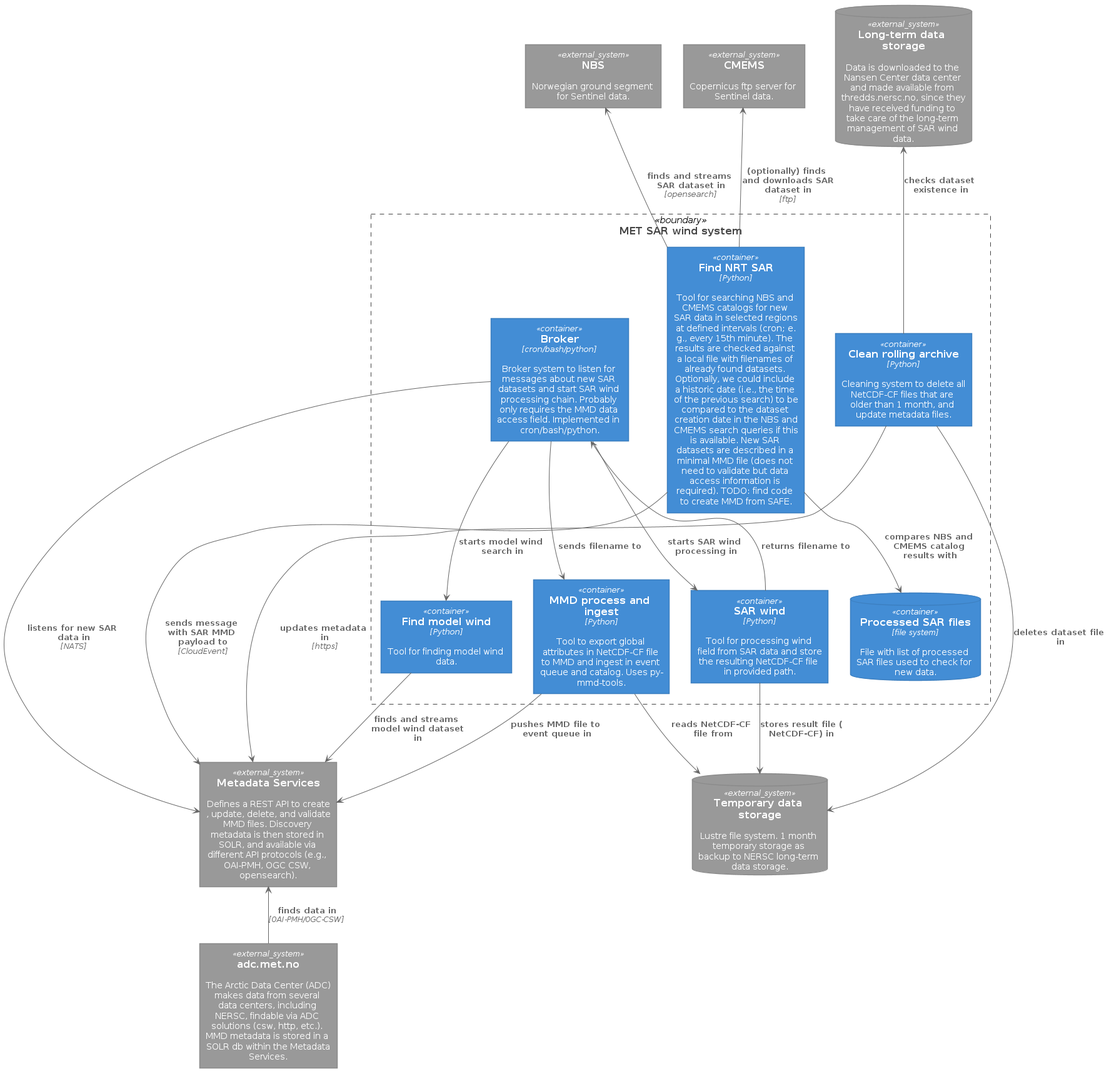
Before: puml/container-diagram.png, a diagram exported from PlantUML (metno/py-sar-wind). The source it was exported from:
```plantuml
@startuml "container-diagram"






skinparam defaultTextAlignment center

skinparam wrapWidth 200
skinparam maxMessageSize 150

skinparam rectangle {
    StereotypeFontSize 12
    shadowing false
}

skinparam database {
    StereotypeFontSize 12
    shadowing false
}

skinparam Arrow {
    Color #666666
    FontColor #666666
    FontSize 12
}

skinparam rectangle<<boundary>> {
    Shadowing false
    StereotypeFontSize 0
    FontColor #444444
    BorderColor #444444
    BorderStyle dashed
}






















skinparam rectangle<<person>> {
    StereotypeFontColor #FFFFFF
    FontColor #FFFFFF
    BackgroundColor #08427B
    BorderColor #073B6F
}

skinparam rectangle<<external_person>> {
    StereotypeFontColor #FFFFFF
    FontColor #FFFFFF
    BackgroundColor #686868
    BorderColor #8A8A8A
}

skinparam rectangle<<system>> {
    StereotypeFontColor #FFFFFF
    FontColor #FFFFFF
    BackgroundColor #1168BD
    BorderColor #3C7FC0
}

skinparam rectangle<<external_system>> {
    StereotypeFontColor #FFFFFF
    FontColor #FFFFFF
    BackgroundColor #999999
    BorderColor #8A8A8A
}

skinparam database<<system>> {
    StereotypeFontColor #FFFFFF
    FontColor #FFFFFF
    BackgroundColor #1168BD
    BorderColor #3C7FC0
}

skinparam database<<external_system>> {
    StereotypeFontColor #FFFFFF
    FontColor #FFFFFF
    BackgroundColor #999999
    BorderColor #8A8A8A
}
















skinparam rectangle<<container>> {
    StereotypeFontColor #FFFFFF
    FontColor #FFFFFF
    BackgroundColor #438DD5
    BorderColor #3C7FC0
}

skinparam database<<container>> {
    StereotypeFontColor #FFFFFF
    FontColor #FFFFFF
    BackgroundColor #438DD5
    BorderColor #3C7FC0
}









rectangle "==adc.met.no\n\n The Arctic Data Center (ADC) makes data from several data centers, including NERSC, findable via ADC solutions (csw, http, etc.). MMD metadata is stored in a SOLR db within the Metadata Services." <<external_system>> as adc

rectangle "==NBS\n\n Norwegian ground segment for Sentinel data." <<external_system>> as nbs
rectangle "==CMEMS\n\n Copernicus ftp server for Sentinel data." <<external_system>> as cmems
rectangle "==Metadata Services\n\n Defines a REST API to create, update, delete, and validate MMD files. Discovery metadata is then stored in SOLR, and available via different API protocols (e.g., OAI-PMH, OGC CSW, opensearch)." <<external_system>> as met
database "==Long-term data storage\n\n Data is downloaded to the Nansen Center data center and made available from thredds.nersc.no, since they have received funding to take care of the long-term management of SAR wind data." <<external_system>> as nersc
database "==Temporary data storage\n\n Lustre file system. 1 month temporary storage as backup to NERSC long-term data storage." <<external_system>> as met_storage

rectangle "==MET SAR wind system" <<boundary>> as sarwindboundary{
  rectangle "==Clean rolling archive\n//<size:12>[Python]</size>//\n\n Cleaning system to delete all NetCDF-CF files that are older than 1 month, and update metadata files." <<container>> as cleanup
  rectangle "==Broker\n//<size:12>[cron/bash/python]</size>//\n\n Broker system to listen for messages about new SAR datasets and start SAR wind processing chain. Probably only requires the MMD data access field. Implemented in cron/bash/python." <<container>> as broker

  rectangle "==Find NRT SAR\n//<size:12>[Python]</size>//\n\n Tool for searching NBS and CMEMS catalogs for new SAR data in selected regions at defined intervals (cron; e.g., every 15th minute). The results are checked against a local file with filenames of already found datasets. Optionally, we could include a historic date (i.e., the time of the previous search) to be compared to the dataset creation date in the NBS and CMEMS search queries if this is available. New SAR datasets are described in a minimal MMD file (does not need to validate but data access information is required). TODO: find code to create MMD from SAFE." <<container>> as findsar

  database "==Processed SAR files\n//<size:12>[file system]</size>//\n\n File with list of processed SAR files used to check for new data." <<container>> as processed_sar

  rectangle "==Find model wind\n//<size:12>[Python]</size>//\n\n Tool for finding model wind data." <<container>> as findmodel
  rectangle "==SAR wind\n//<size:12>[Python]</size>//\n\n Tool for processing wind field from SAR data and store the resulting NetCDF-CF file in provided path." <<container>> as sarwind
  rectangle "==MMD process and ingest\n//<size:12>[Python]</size>//\n\n Tool to export global attributes in NetCDF-CF file to MMD and ingest in event queue and catalog. Uses py-mmd-tools." <<container>> as nc2mmd
}

broker --> met : "===listens for new SAR data in\n//<size:12>[NATS]</size>//"

broker --> findmodel : "===starts model wind search in"
broker --> sarwind : "===starts SAR wind processing in"
broker --> nc2mmd : "===sends filename to"

sarwind --> broker : "===returns filename to"

sarwind --> met_storage : "===stores result file (NetCDF-CF) in"

nc2mmd --> met_storage : "===reads NetCDF-CF file from"
nc2mmd --> met : "===pushes MMD file to event queue in"

findsar -UP-> nbs : "===finds and streams SAR dataset in\n//<size:12>[opensearch]</size>//"
findsar -UP-> cmems : "===(optionally) finds and downloads SAR dataset in\n//<size:12>[ftp]</size>//"
findsar --> met : "===sends message with SAR MMD payload to\n//<size:12>[CloudEvent]</size>//"

findsar --> processed_sar : "===compares NBS and CMEMS catalog results with"

findmodel --> met : "===finds and streams model wind dataset in"

cleanup -UP-> nersc : "===checks dataset existence in"
cleanup --> met_storage : "===deletes dataset file in"
cleanup --> met : "===updates metadata in\n//<size:12>[https]</size>//"

adc -UP-> met : "===finds data in\n//<size:12>[OAI-PMH/OGC-CSW]</size>//"


@enduml
```
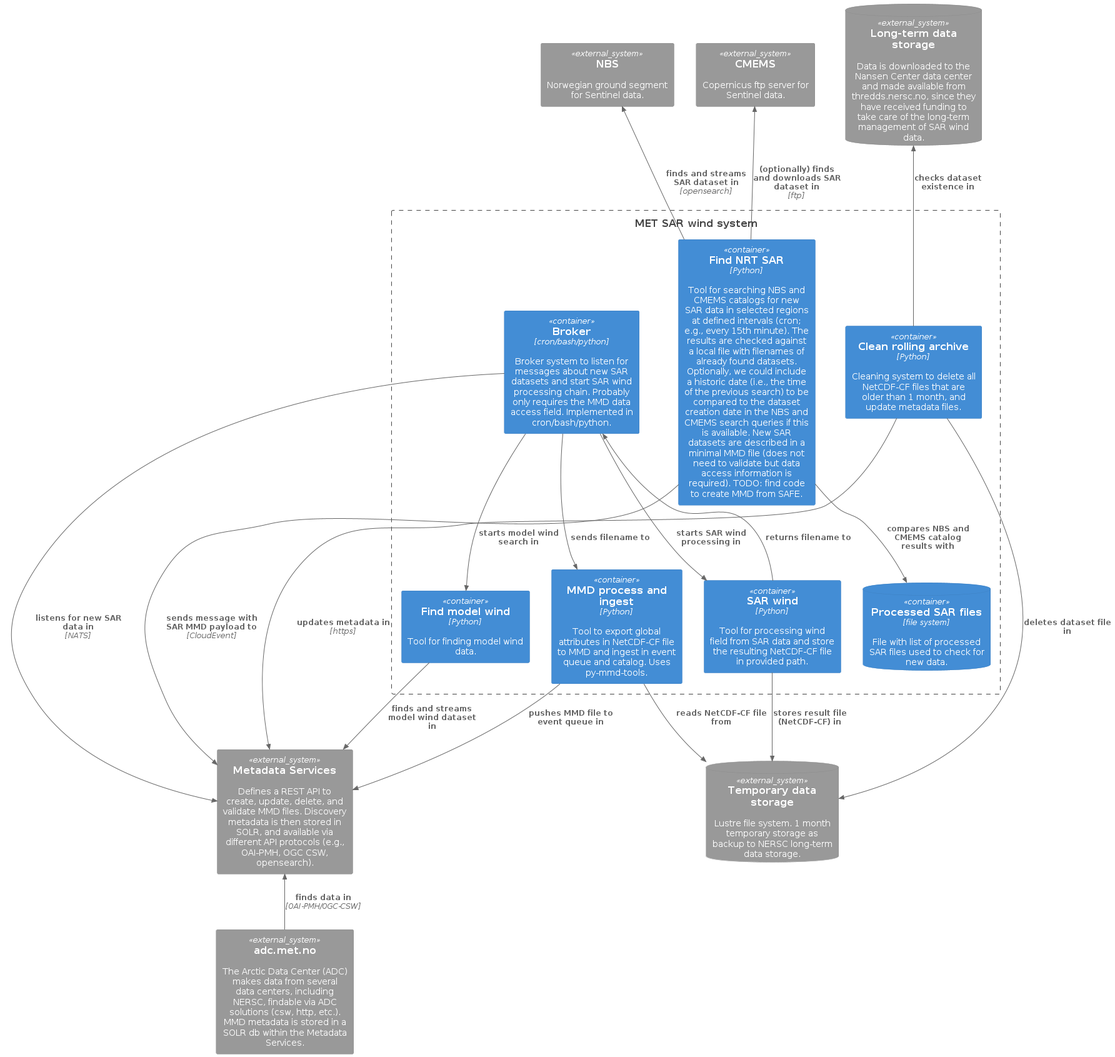
After the change.

The edit, as a diff of the source:
```diff
@@ -1,186 +1,55 @@
 @startuml "container-diagram"
 
+!include <C4/C4_Container>
 
 
+System_Ext(adc, "adc.met.no", "The Arctic Data Center (ADC) makes data from several data centers, including NERSC, findable via ADC solutions (csw, http, etc.). MMD metadata is stored in a SOLR db within the Metadata Services.")
 
+System_Ext(nbs, "NBS", "Norwegian ground segment for Sentinel data.")
+System_Ext(cmems, "CMEMS", "Copernicus ftp server for Sentinel data.")
+System_Ext(met, "Metadata Services", "Defines a REST API to create, update, delete, and validate MMD files. Discovery metadata is then stored in SOLR, and available via different API protocols (e.g., OAI-PMH, OGC CSW, opensearch).")
+SystemDb_Ext(nersc, "Long-term data storage", "Data is downloaded to the Nansen Center data center and made available from thredds.nersc.no, since they have received funding to take care of the long-term management of SAR wind data.")
+SystemDb_Ext(met_storage, "Temporary data storage", "Lustre file system. 1 month temporary storage as backup to NERSC long-term data storage.")
 
+Boundary(sarwindboundary, "MET SAR wind system"){
+  Container(cleanup, "Clean rolling archive", "Python", "Cleaning system to delete all NetCDF-CF files that are older than 1 month, and update metadata files.")
+  Container(broker, "Broker", "cron/bash/python", "Broker system to listen for messages about new SAR datasets and start SAR wind processing chain. Probably only requires the MMD data access field. Implemented in cron/bash/python.")
 
-skinparam defaultTextAlignment center
+  Container(findsar, "Find NRT SAR", "Python", "Tool for searching NBS and CMEMS catalogs for new SAR data in selected regions at defined intervals (cron; e.g., every 15th minute). The results are checked against a local file with filenames of already found datasets. Optionally, we could include a historic date (i.e., the time of the previous search) to be compared to the dataset creation date in the NBS and CMEMS search queries if this is available. New SAR datasets are described in a minimal MMD file (does not need to validate but data access information is required). TODO: find code to create MMD from SAFE.")
 
-skinparam wrapWidth 200
-skinparam maxMessageSize 150
+  ContainerDb(processed_sar, "Processed SAR files", "file system", "File with list of processed SAR files used to check for new data.")
 
-skinparam rectangle {
-    StereotypeFontSize 12
-    shadowing false
+  Container(findmodel, "Find model wind", "Python", "Tool for finding model wind data.")
+  Container(sarwind, "SAR wind", "Python", "Tool for processing wind field from SAR data and store the resulting NetCDF-CF file in provided path.")
+  Container(nc2mmd, "MMD process and ingest", "Python", "Tool to export global attributes in NetCDF-CF file to MMD and ingest in event queue and catalog. Uses py-mmd-tools.")
 }
 
-skinparam database {
-    StereotypeFontSize 12
-    shadowing false
-}
+Rel(broker, met, "listens for new SAR data in", "NATS")
 
-skinparam Arrow {
-    Color #666666
-    FontColor #666666
-    FontSize 12
-}
+Rel(broker, findmodel, "starts model wind search in")
+Rel(broker, sarwind, "starts SAR wind processing in")
+Rel(broker, nc2mmd, "sends filename to")
 
-skinparam rectangle<<boundary>> {
-    Shadowing false
-    StereotypeFontSize 0
-    FontColor #444444
-    BorderColor #444444
-    BorderStyle dashed
-}
+Rel(sarwind, broker, "returns filename to")
 
+Rel(sarwind, met_storage, "stores result file (NetCDF-CF) in")
 
+Rel(nc2mmd, met_storage, "reads NetCDF-CF file from")
+Rel(nc2mmd, met, "pushes MMD file to event queue in")
 
+Rel_U(findsar, nbs, "finds and streams SAR dataset in", "opensearch")
+Rel_U(findsar, cmems, "(optionally) finds and downloads SAR dataset in", "ftp")
+Rel(findsar, met, "sends message with SAR MMD payload to", "CloudEvent")
 
+Rel(findsar, processed_sar, "compares NBS and CMEMS catalog results with")
 
+Rel(findmodel, met, "finds and streams model wind dataset in")
 
+Rel_U(cleanup, nersc, "checks dataset existence in")
+Rel(cleanup, met_storage, "deletes dataset file in")
+Rel(cleanup, met, "updates metadata in", "https")
 
-
-
-
-
-
-
-
-
-
-
-
-
-
-
-
-skinparam rectangle<<person>> {
-    StereotypeFontColor #FFFFFF
-    FontColor #FFFFFF
-    BackgroundColor #08427B
-    BorderColor #073B6F
-}
-
-skinparam rectangle<<external_person>> {
-    StereotypeFontColor #FFFFFF
-    FontColor #FFFFFF
-    BackgroundColor #686868
-    BorderColor #8A8A8A
-}
-
-skinparam rectangle<<system>> {
-    StereotypeFontColor #FFFFFF
-    FontColor #FFFFFF
-    BackgroundColor #1168BD
-    BorderColor #3C7FC0
-}
-
-skinparam rectangle<<external_system>> {
-    StereotypeFontColor #FFFFFF
-    FontColor #FFFFFF
-    BackgroundColor #999999
-    BorderColor #8A8A8A
-}
-
-skinparam database<<system>> {
-    StereotypeFontColor #FFFFFF
-    FontColor #FFFFFF
-    BackgroundColor #1168BD
-    BorderColor #3C7FC0
-}
-
-skinparam database<<external_system>> {
-    StereotypeFontColor #FFFFFF
-    FontColor #FFFFFF
-    BackgroundColor #999999
-    BorderColor #8A8A8A
-}
-
-
-
-
-
-
-
-
-
-
-
-
-
-
-
-
-skinparam rectangle<<container>> {
-    StereotypeFontColor #FFFFFF
-    FontColor #FFFFFF
-    BackgroundColor #438DD5
-    BorderColor #3C7FC0
-}
-
-skinparam database<<container>> {
-    StereotypeFontColor #FFFFFF
-    FontColor #FFFFFF
-    BackgroundColor #438DD5
-    BorderColor #3C7FC0
-}
-
-
-
-
-
-
-
-
-
-rectangle "==adc.met.no\n\n The Arctic Data Center (ADC) makes data from several data centers, including NERSC, findable via ADC solutions (csw, http, etc.). MMD metadata is stored in a SOLR db within the Metadata Services." <<external_system>> as adc
-
-rectangle "==NBS\n\n Norwegian ground segment for Sentinel data." <<external_system>> as nbs
-rectangle "==CMEMS\n\n Copernicus ftp server for Sentinel data." <<external_system>> as cmems
-rectangle "==Metadata Services\n\n Defines a REST API to create, update, delete, and validate MMD files. Discovery metadata is then stored in SOLR, and available via different API protocols (e.g., OAI-PMH, OGC CSW, opensearch)." <<external_system>> as met
-database "==Long-term data storage\n\n Data is downloaded to the Nansen Center data center and made available from thredds.nersc.no, since they have received funding to take care of the long-term management of SAR wind data." <<external_system>> as nersc
-database "==Temporary data storage\n\n Lustre file system. 1 month temporary storage as backup to NERSC long-term data storage." <<external_system>> as met_storage
-
-rectangle "==MET SAR wind system" <<boundary>> as sarwindboundary{
-  rectangle "==Clean rolling archive\n//<size:12>[Python]</size>//\n\n Cleaning system to delete all NetCDF-CF files that are older than 1 month, and update metadata files." <<container>> as cleanup
-  rectangle "==Broker\n//<size:12>[cron/bash/python]</size>//\n\n Broker system to listen for messages about new SAR datasets and start SAR wind processing chain. Probably only requires the MMD data access field. Implemented in cron/bash/python." <<container>> as broker
-
-  rectangle "==Find NRT SAR\n//<size:12>[Python]</size>//\n\n Tool for searching NBS and CMEMS catalogs for new SAR data in selected regions at defined intervals (cron; e.g., every 15th minute). The results are checked against a local file with filenames of already found datasets. Optionally, we could include a historic date (i.e., the time of the previous search) to be compared to the dataset creation date in the NBS and CMEMS search queries if this is available. New SAR datasets are described in a minimal MMD file (does not need to validate but data access information is required). TODO: find code to create MMD from SAFE." <<container>> as findsar
-
-  database "==Processed SAR files\n//<size:12>[file system]</size>//\n\n File with list of processed SAR files used to check for new data." <<container>> as processed_sar
-
-  rectangle "==Find model wind\n//<size:12>[Python]</size>//\n\n Tool for finding model wind data." <<container>> as findmodel
-  rectangle "==SAR wind\n//<size:12>[Python]</size>//\n\n Tool for processing wind field from SAR data and store the resulting NetCDF-CF file in provided path." <<container>> as sarwind
-  rectangle "==MMD process and ingest\n//<size:12>[Python]</size>//\n\n Tool to export global attributes in NetCDF-CF file to MMD and ingest in event queue and catalog. Uses py-mmd-tools." <<container>> as nc2mmd
-}
-
-broker --> met : "===listens for new SAR data in\n//<size:12>[NATS]</size>//"
-
-broker --> findmodel : "===starts model wind search in"
-broker --> sarwind : "===starts SAR wind processing in"
-broker --> nc2mmd : "===sends filename to"
-
-sarwind --> broker : "===returns filename to"
-
-sarwind --> met_storage : "===stores result file (NetCDF-CF) in"
-
-nc2mmd --> met_storage : "===reads NetCDF-CF file from"
-nc2mmd --> met : "===pushes MMD file to event queue in"
-
-findsar -UP-> nbs : "===finds and streams SAR dataset in\n//<size:12>[opensearch]</size>//"
-findsar -UP-> cmems : "===(optionally) finds and downloads SAR dataset in\n//<size:12>[ftp]</size>//"
-findsar --> met : "===sends message with SAR MMD payload to\n//<size:12>[CloudEvent]</size>//"
-
-findsar --> processed_sar : "===compares NBS and CMEMS catalog results with"
-
-findmodel --> met : "===finds and streams model wind dataset in"
-
-cleanup -UP-> nersc : "===checks dataset existence in"
-cleanup --> met_storage : "===deletes dataset file in"
-cleanup --> met : "===updates metadata in\n//<size:12>[https]</size>//"
-
-adc -UP-> met : "===finds data in\n//<size:12>[OAI-PMH/OGC-CSW]</size>//"
+Rel_U(adc, met, "finds data in", "OAI-PMH/OGC-CSW")
 
 
 @enduml
```
